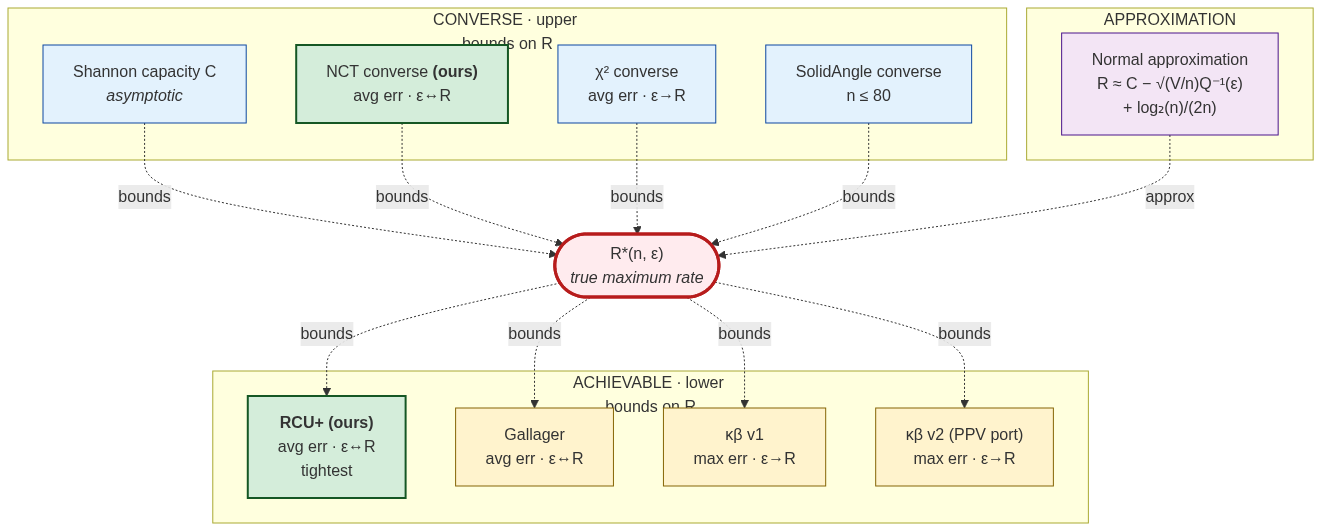
Earlier version of the Mermaid export docs/diagrams/04_bounds_map.png (nire123/awgn-fbl). Its source is kept beside it as docs/diagrams/04_bounds_map.mmd. Its diagram source:
```mermaid
graph TB
    Rstar(["R*(n, ε)<br/><i>true maximum rate</i>"])

    subgraph Converse["CONVERSE · upper bounds on R"]
        Ccap["Shannon capacity C<br/><i>asymptotic</i>"]
        Cnct["NCT converse <b>(ours)</b><br/>avg err · ε↔R"]
        Cchi["χ² converse<br/>avg err · ε→R"]
        Csph["SolidAngle converse<br/>n ≤ 80"]
    end

    subgraph Achievable["ACHIEVABLE · lower bounds on R"]
        Arcu["<b>RCU+ (ours)</b><br/>avg err · ε↔R<br/>tightest"]
        Aga["Gallager<br/>avg err · ε↔R"]
        Akb1["κβ v1<br/>max err · ε→R"]
        Akb2["κβ v2 (PPV port)<br/>max err · ε→R"]
    end

    subgraph Approx["APPROXIMATION"]
        Anorm["Normal approximation<br/>R ≈ C − √(V/n)Q⁻¹(ε)<br/>+ log₂(n)/(2n)"]
    end

    Ccap  -. bounds .-> Rstar
    Cnct  -. bounds .-> Rstar
    Cchi  -. bounds .-> Rstar
    Csph  -. bounds .-> Rstar
    Rstar -. bounds .-> Arcu
    Rstar -. bounds .-> Aga
    Rstar -. bounds .-> Akb1
    Rstar -. bounds .-> Akb2
    Anorm -. approx .-> Rstar

    classDef truth fill:#ffebee,stroke:#b71c1c,stroke-width:3px
    classDef ours fill:#d4edda,stroke:#155724,stroke-width:2px
    classDef conv fill:#e3f2fd,stroke:#0d47a1
    classDef ach fill:#fff3cd,stroke:#856404
    classDef approx fill:#f3e5f5,stroke:#4a148c

    class Rstar truth
    class Cnct,Arcu ours
    class Ccap,Cchi,Csph conv
    class Aga,Akb1,Akb2 ach
    class Anorm approx
```
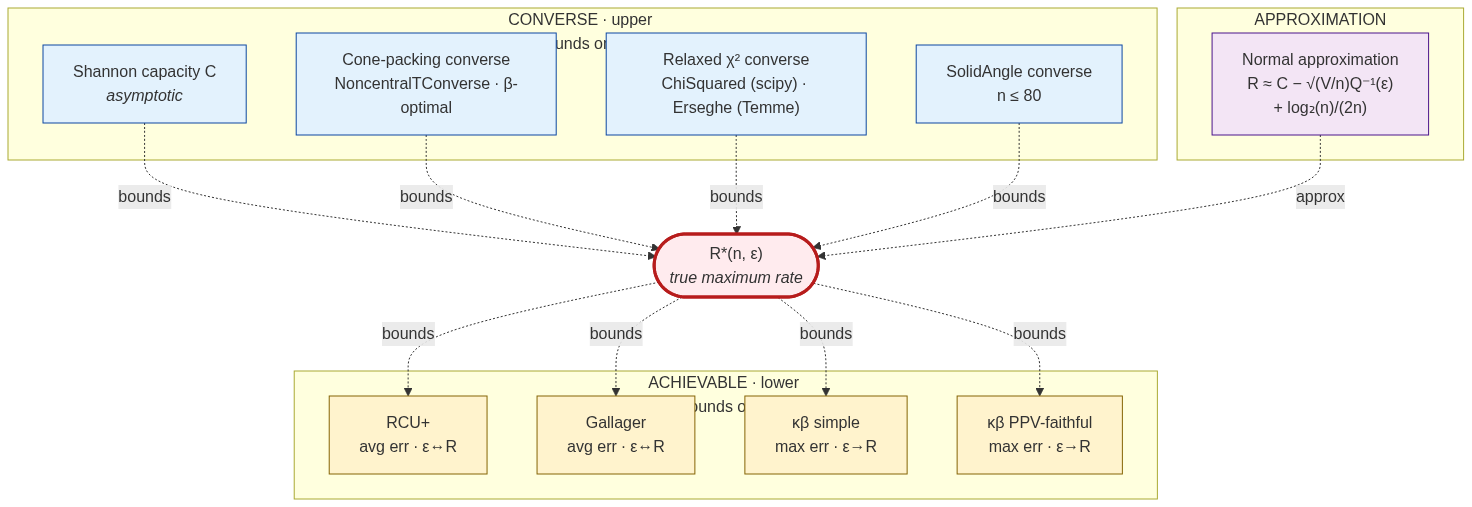
After the change.

The edit, as a diff of the source:
```diff
@@ -3,16 +3,16 @@
 
     subgraph Converse["CONVERSE · upper bounds on R"]
         Ccap["Shannon capacity C<br/><i>asymptotic</i>"]
-        Cnct["NCT converse <b>(ours)</b><br/>avg err · ε↔R"]
-        Cchi["χ² converse<br/>avg err · ε→R"]
+        Cnct["Cone-packing converse<br/>NoncentralTConverse · β-optimal"]
+        Cchi["Relaxed χ² converse<br/>ChiSquared (scipy) · Erseghe (Temme)"]
         Csph["SolidAngle converse<br/>n ≤ 80"]
     end
 
     subgraph Achievable["ACHIEVABLE · lower bounds on R"]
-        Arcu["<b>RCU+ (ours)</b><br/>avg err · ε↔R<br/>tightest"]
+        Arcu["RCU+<br/>avg err · ε↔R"]
         Aga["Gallager<br/>avg err · ε↔R"]
-        Akb1["κβ v1<br/>max err · ε→R"]
-        Akb2["κβ v2 (PPV port)<br/>max err · ε→R"]
+        Akb1["κβ simple<br/>max err · ε→R"]
+        Akb2["κβ PPV-faithful<br/>max err · ε→R"]
     end
 
     subgraph Approx["APPROXIMATION"]
@@ -30,13 +30,11 @@
     Anorm -. approx .-> Rstar
 
     classDef truth fill:#ffebee,stroke:#b71c1c,stroke-width:3px
-    classDef ours fill:#d4edda,stroke:#155724,stroke-width:2px
     classDef conv fill:#e3f2fd,stroke:#0d47a1
     classDef ach fill:#fff3cd,stroke:#856404
     classDef approx fill:#f3e5f5,stroke:#4a148c
 
     class Rstar truth
-    class Cnct,Arcu ours
-    class Ccap,Cchi,Csph conv
-    class Aga,Akb1,Akb2 ach
+    class Ccap,Cnct,Cchi,Csph conv
+    class Arcu,Aga,Akb1,Akb2 ach
     class Anorm approx
```
